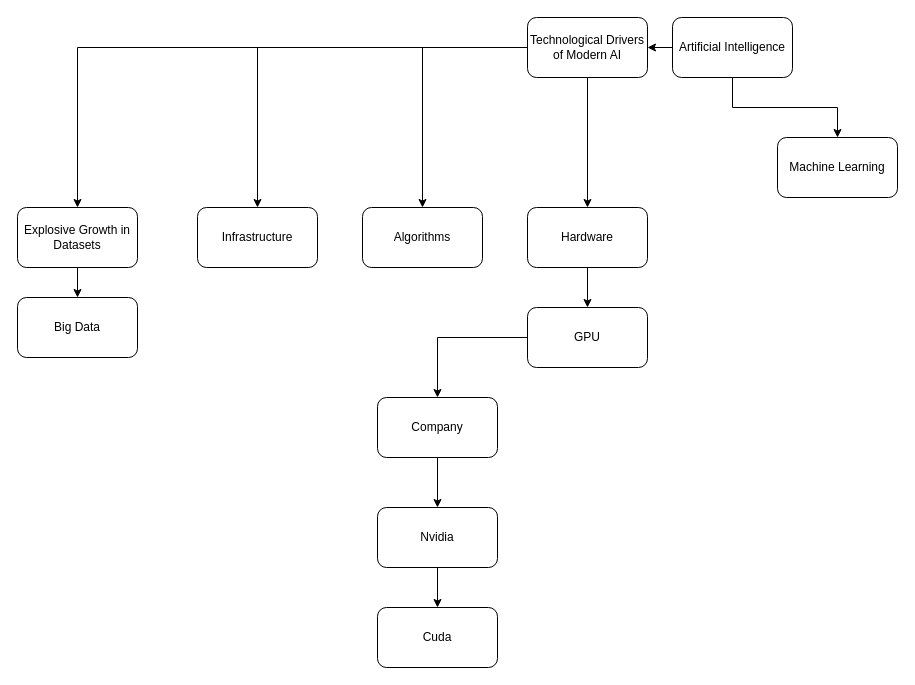
Before: Diagram/Untitled Diagram.drawio in fauzan923/Framework-dan-Use-Case-Artificial-Intelligence, a draw.io diagram. Source tidied: cells renumbered, new cells numbered last; positions are measured from the earlier drawing's top-left corner, leaving out a move shared by most shapes. Both pictures are drawn from the tidied source at 100%, with x=0, y=0 at pixel (17, 17).
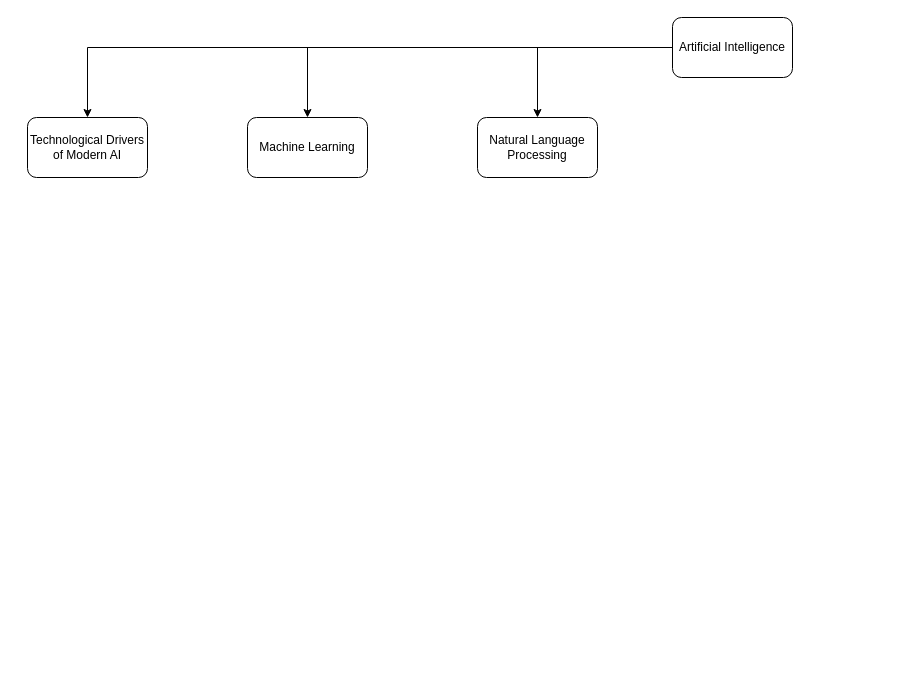
After the change.

Unchanged cells that the change refers to:
```xml
<mxCell id="4" value="Artificial Intelligence" style="rounded=1;whiteSpace=wrap;html=1;" parent="1" vertex="1">
  <mxGeometry x="655" width="120" height="60" as="geometry" />
</mxCell>
```

Change to the diagram source:
```diff
@@
+    <mxCell id="25" style="edgeStyle=orthogonalEdgeStyle;rounded=0;jettySize=auto;html=1;" parent="1" edge="1" source="4" target="26">
+      <mxGeometry relative="1" as="geometry" />
+    </mxCell>
@@
     <mxCell id="5" value="Machine Learning" style="rounded=1;whiteSpace=wrap;html=1;" parent="1" vertex="1" collapsed="1">
-      <mxGeometry x="760" y="120" width="120" height="60" as="geometry" />
+      <mxGeometry x="230" y="100" width="120" height="60" as="geometry" />
     </mxCell>
-    <mxCell id="6" style="edgeStyle=orthogonalEdgeStyle;rounded=0;jettySize=auto;html=1;" parent="1" edge="1" source="10" target="12">
-      <mxGeometry relative="1" as="geometry" />
-    </mxCell>
-    <mxCell id="7" style="edgeStyle=orthogonalEdgeStyle;rounded=0;jettySize=auto;html=1;" parent="1" edge="1" source="10" target="14">
-      <mxGeometry relative="1" as="geometry" />
-    </mxCell>
-    <mxCell id="8" style="edgeStyle=orthogonalEdgeStyle;rounded=0;jettySize=auto;html=1;" parent="1" edge="1" source="10" target="15">
-      <mxGeometry relative="1" as="geometry" />
-    </mxCell>
-    <mxCell id="9" style="edgeStyle=orthogonalEdgeStyle;rounded=0;jettySize=auto;html=1;" parent="1" edge="1" source="10" target="17">
-      <mxGeometry relative="1" as="geometry" />
-    </mxCell>
-    <mxCell id="10" value="Technological Drivers of Modern AI" style="rounded=1;whiteSpace=wrap;html=1;" parent="1" vertex="1">
-      <mxGeometry x="510" width="120" height="60" as="geometry" />
+    <mxCell id="10" value="Technological Drivers of Modern AI" style="rounded=1;whiteSpace=wrap;html=1;" parent="1" vertex="1" collapsed="1">
+      <mxGeometry x="10" y="100" width="120" height="60" as="geometry" />
     </mxCell>
-    <mxCell id="11" style="edgeStyle=orthogonalEdgeStyle;rounded=0;jettySize=auto;html=1;" parent="1" edge="1" source="12" target="13">
-      <mxGeometry relative="1" as="geometry" />
-    </mxCell>
-    <mxCell id="12" value="Explosive Growth in Datasets" style="rounded=1;whiteSpace=wrap;html=1;" parent="1" vertex="1">
-      <mxGeometry y="190" width="120" height="60" as="geometry" />
-    </mxCell>
-    <mxCell id="13" value="Big Data" style="rounded=1;whiteSpace=wrap;html=1;" parent="1" vertex="1">
-      <mxGeometry y="280" width="120" height="60" as="geometry" />
-    </mxCell>
-    <mxCell id="14" value="Infrastructure" style="rounded=1;whiteSpace=wrap;html=1;" parent="1" vertex="1">
-      <mxGeometry x="180" y="190" width="120" height="60" as="geometry" />
-    </mxCell>
-    <mxCell id="15" value="Algorithms" style="rounded=1;whiteSpace=wrap;html=1;" parent="1" vertex="1">
-      <mxGeometry x="345" y="190" width="120" height="60" as="geometry" />
-    </mxCell>
-    <mxCell id="16" style="edgeStyle=orthogonalEdgeStyle;rounded=0;jettySize=auto;html=1;" parent="1" edge="1" source="17" target="19">
-      <mxGeometry relative="1" as="geometry" />
-    </mxCell>
-    <mxCell id="17" value="Hardware" style="rounded=1;whiteSpace=wrap;html=1;" parent="1" vertex="1">
-      <mxGeometry x="510" y="190" width="120" height="60" as="geometry" />
-    </mxCell>
-    <mxCell id="18" style="edgeStyle=orthogonalEdgeStyle;rounded=0;jettySize=auto;html=1;" parent="1" edge="1" source="19" target="21">
-      <mxGeometry relative="1" as="geometry" />
-    </mxCell>
-    <mxCell id="19" value="GPU" style="rounded=1;whiteSpace=wrap;html=1;" parent="1" vertex="1">
-      <mxGeometry x="510" y="290" width="120" height="60" as="geometry" />
-    </mxCell>
-    <mxCell id="20" style="edgeStyle=orthogonalEdgeStyle;rounded=0;jettySize=auto;html=1;" parent="1" edge="1" source="21" target="23">
-      <mxGeometry relative="1" as="geometry" />
-    </mxCell>
-    <mxCell id="21" value="Company" style="rounded=1;whiteSpace=wrap;html=1;" parent="1" vertex="1">
-      <mxGeometry x="360" y="380" width="120" height="60" as="geometry" />
-    </mxCell>
-    <mxCell id="22" style="edgeStyle=orthogonalEdgeStyle;rounded=0;jettySize=auto;html=1;" parent="1" edge="1" source="23" target="24">
-      <mxGeometry relative="1" as="geometry" />
-    </mxCell>
-    <mxCell id="23" value="Nvidia" style="rounded=1;whiteSpace=wrap;html=1;" parent="1" vertex="1">
-      <mxGeometry x="360" y="490" width="120" height="60" as="geometry" />
-    </mxCell>
-    <mxCell id="24" value="Cuda" style="rounded=1;whiteSpace=wrap;html=1;" parent="1" vertex="1">
-      <mxGeometry x="360" y="590" width="120" height="60" as="geometry" />
-    </mxCell>
+    <mxCell id="26" value="Natural Language Processing" style="rounded=1;whiteSpace=wrap;html=1;" parent="1" vertex="1">
+      <mxGeometry x="460" y="100" width="120" height="60" as="geometry" />
+    </mxCell>
```
